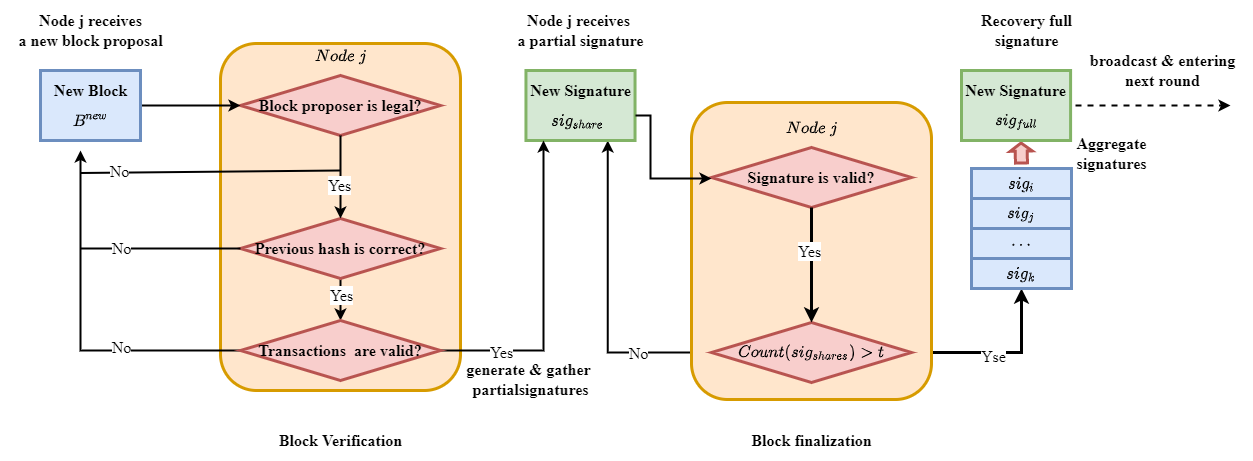
The draw.io diagram Doc/PHD_Papers/Thesis_Paper/Single-hop_Wireless_Network/A_Stable_Consensus_protoccol_in_Wireless_Blockchain_System_EN/pics/block verification.png in LiZhang2021/Blockchain, before a commit. Source tidied: cells renumbered, new cells last; positions are measured from the earlier drawing's top-left corner, leaving out a move shared by most shapes.
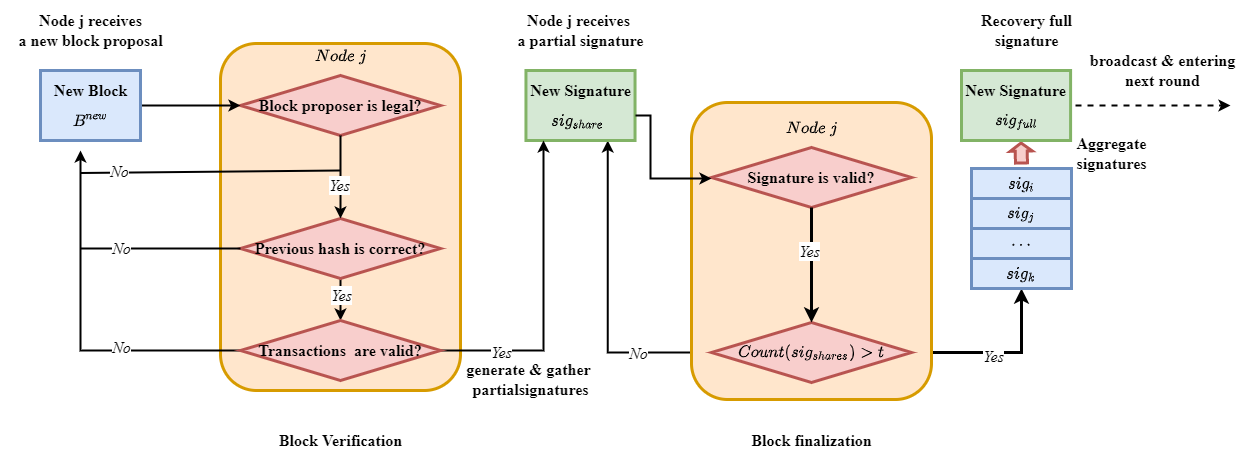
After the commit.

What changed in the source:
```diff
@@ -5,7 +5,7 @@
     <mxCell id="2" style="edgeStyle=orthogonalEdgeStyle;rounded=0;jettySize=auto;html=1;exitX=0;exitY=0.5;exitDx=0;exitDy=0;entryX=0.75;entryY=1;entryDx=0;entryDy=0;fontFamily=Times New Roman;fontSize=16;strokeWidth=2;" parent="1" edge="1" source="54" target="16">
       <mxGeometry relative="1" as="geometry" />
     </mxCell>
-    <mxCell id="3" value="&lt;font style=&quot;font-size: 16px&quot; face=&quot;Times New Roman&quot;&gt;No&lt;/font&gt;" style="edgeLabel;html=1;align=center;verticalAlign=middle;" parent="2" vertex="1">
+    <mxCell id="3" value="&lt;font style=&quot;font-size: 16px&quot; face=&quot;Times New Roman&quot;&gt;No&lt;/font&gt;" style="edgeLabel;html=1;align=center;verticalAlign=middle;fontStyle=2;" parent="2" vertex="1">
       <mxGeometry x="-0.53" relative="1" as="geometry" />
     </mxCell>
     <mxCell id="4" value="Node j receives&amp;nbsp;&lt;br&gt;a partial signature" style="text;html=1;align=center;verticalAlign=middle;strokeColor=none;fillColor=none;fontSize=16;fontFamily=Times New Roman;fontStyle=1;" parent="1" vertex="1">
@@ -14,7 +14,7 @@
     <mxCell id="5" style="edgeStyle=orthogonalEdgeStyle;rounded=0;jettySize=auto;html=1;exitX=1;exitY=0.5;exitDx=0;exitDy=0;fontFamily=Times New Roman;fontSize=16;strokeWidth=3;entryX=0.5;entryY=1;entryDx=0;entryDy=0;" parent="1" edge="1" source="54" target="12">
       <mxGeometry relative="1" as="geometry" />
     </mxCell>
-    <mxCell id="6" value="Yse" style="edgeLabel;html=1;align=center;verticalAlign=middle;fontSize=16;fontFamily=Times New Roman;" parent="5" vertex="1">
+    <mxCell id="6" value="Yes" style="edgeLabel;html=1;align=center;verticalAlign=middle;fontSize=16;fontFamily=Times New Roman;fontStyle=2;" parent="5" vertex="1">
       <mxGeometry x="-0.07" y="-3" relative="1" as="geometry" />
     </mxCell>
     <mxCell id="7" style="edgeStyle=orthogonalEdgeStyle;rounded=0;orthogonalLoop=1;jettySize=auto;html=1;exitX=1;exitY=0.5;exitDx=0;exitDy=0;fontFamily=Times New Roman;fontSize=16;strokeWidth=2;dashed=1;" parent="1" edge="1">
@@ -82,7 +82,7 @@
         </Array>
       </mxGeometry>
     </mxCell>
-    <mxCell id="25" value="Yes" style="edgeLabel;html=1;align=center;verticalAlign=middle;fontSize=16;fontFamily=Times New Roman;" parent="24" vertex="1">
+    <mxCell id="25" value="Yes" style="edgeLabel;html=1;align=center;verticalAlign=middle;fontSize=16;fontFamily=Times New Roman;fontStyle=2;" parent="24" vertex="1">
       <mxGeometry x="-0.23" relative="1" as="geometry" />
     </mxCell>
     <mxCell id="26" value="&lt;b&gt;Previous hash is correct?&lt;/b&gt;" style="rhombus;whiteSpace=wrap;html=1;fontFamily=Times New Roman;fontSize=16;strokeWidth=3;fillColor=#f8cecc;strokeColor=#b85450;" parent="1" vertex="1">
@@ -95,7 +95,7 @@
         </Array>
       </mxGeometry>
     </mxCell>
-    <mxCell id="28" value="Yes" style="edgeLabel;html=1;align=center;verticalAlign=middle;fontSize=16;fontFamily=Times New Roman;" parent="27" vertex="1">
+    <mxCell id="28" value="Yes" style="edgeLabel;html=1;align=center;verticalAlign=middle;fontSize=16;fontFamily=Times New Roman;fontStyle=2;" parent="27" vertex="1">
       <mxGeometry x="-0.04" y="-2" relative="1" as="geometry">
         <mxPoint y="9" as="offset" />
       </mxGeometry>
@@ -132,7 +132,7 @@
         <mxPoint x="533" y="130" as="targetPoint" />
       </mxGeometry>
     </mxCell>
-    <mxCell id="39" value="Yes" style="edgeLabel;html=1;align=center;verticalAlign=middle;fontSize=16;fontFamily=Times New Roman;" parent="38" vertex="1">
+    <mxCell id="39" value="Yes" style="edgeLabel;html=1;align=center;verticalAlign=middle;fontSize=16;fontFamily=Times New Roman;fontStyle=2;" parent="38" vertex="1">
       <mxGeometry x="-0.62" y="-1" relative="1" as="geometry" />
     </mxCell>
     <mxCell id="40" style="edgeStyle=orthogonalEdgeStyle;rounded=0;jettySize=auto;html=1;exitX=0;exitY=0.5;exitDx=0;exitDy=0;fontFamily=Times New Roman;fontSize=16;strokeWidth=2;" parent="1" edge="1" source="42">
@@ -140,7 +140,7 @@
         <mxPoint x="70" y="140" as="targetPoint" />
       </mxGeometry>
     </mxCell>
-    <mxCell id="41" value="No" style="edgeLabel;html=1;align=center;verticalAlign=middle;fontSize=16;fontFamily=Times New Roman;" parent="40" vertex="1">
+    <mxCell id="41" value="No" style="edgeLabel;html=1;align=center;verticalAlign=middle;fontSize=16;fontFamily=Times New Roman;fontStyle=2;" parent="40" vertex="1">
       <mxGeometry x="-0.37" y="-4" relative="1" as="geometry">
         <mxPoint x="-6" as="offset" />
       </mxGeometry>
@@ -156,7 +156,7 @@
         <mxPoint x="70" y="238" as="sourcePoint" />
       </mxGeometry>
     </mxCell>
-    <mxCell id="45" value="No" style="edgeLabel;html=1;align=center;verticalAlign=middle;fontSize=16;fontFamily=Times New Roman;" parent="44" vertex="1">
+    <mxCell id="45" value="No" style="edgeLabel;html=1;align=center;verticalAlign=middle;fontSize=16;fontFamily=Times New Roman;fontStyle=2;" parent="44" vertex="1">
       <mxGeometry x="-0.56" y="1" relative="1" as="geometry">
         <mxPoint x="5" as="offset" />
       </mxGeometry>
@@ -167,7 +167,7 @@
         <mxPoint x="330" y="160" as="targetPoint" />
       </mxGeometry>
     </mxCell>
-    <mxCell id="47" value="No" style="edgeLabel;html=1;align=center;verticalAlign=middle;fontSize=16;fontFamily=Times New Roman;" parent="46" vertex="1">
+    <mxCell id="47" value="No" style="edgeLabel;html=1;align=center;verticalAlign=middle;fontSize=16;fontFamily=Times New Roman;fontStyle=2;" parent="46" vertex="1">
       <mxGeometry x="-0.56" y="1" relative="1" as="geometry">
         <mxPoint x="-18" as="offset" />
       </mxGeometry>
@@ -196,7 +196,7 @@
     <mxCell id="55" style="endArrow=classic;html=1;rounded=0;fontFamily=Times New Roman;fontSize=16;strokeWidth=3;exitX=0.5;exitY=1;exitDx=0;exitDy=0;entryX=0.5;entryY=0;entryDx=0;entryDy=0;" parent="50" edge="1" source="53" target="54">
       <mxGeometry relative="1" as="geometry" />
     </mxCell>
-    <mxCell id="56" value="Yes" style="edgeLabel;html=1;align=center;verticalAlign=middle;fontSize=16;fontFamily=Times New Roman;" parent="55" vertex="1">
+    <mxCell id="56" value="Yes" style="edgeLabel;html=1;align=center;verticalAlign=middle;fontSize=16;fontFamily=Times New Roman;fontStyle=2;" parent="55" vertex="1">
       <mxGeometry x="-0.26" y="-3" relative="1" as="geometry" />
     </mxCell>
     <mxCell id="57" style="edgeStyle=orthogonalEdgeStyle;rounded=0;orthogonalLoop=1;jettySize=auto;html=1;exitX=0.987;exitY=0.05;exitDx=0;exitDy=0;entryX=0;entryY=0.5;entryDx=0;entryDy=0;exitPerimeter=0;strokeWidth=2;" parent="1" edge="1">
```
